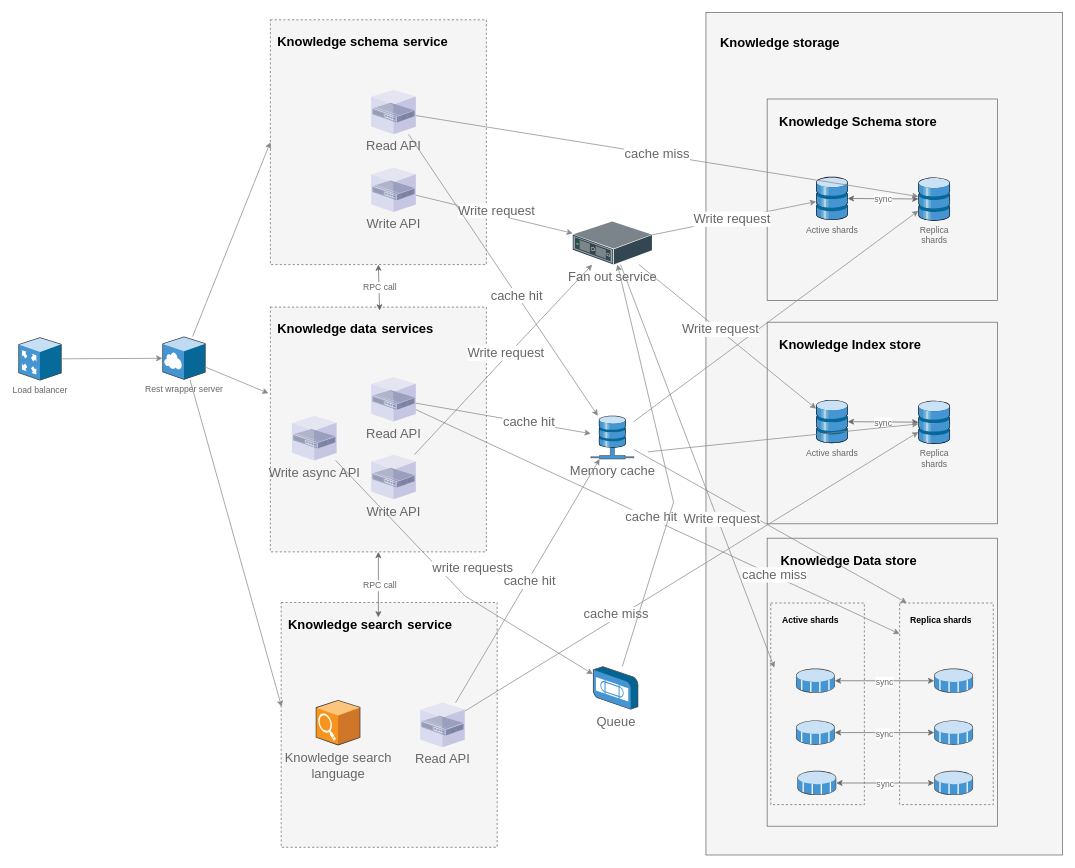
Earlier version of the draw.io diagram page "Repository service" (3 of 6) of KnowledgeArchitecture.drawio (supriyopaul/diagrams). Source tidied: cells renumbered, new cells numbered last; positions are measured from the earlier drawing's top-left corner, leaving out a move shared by most shapes. Both pictures are drawn from the tidied source at 72%, with x=0, y=0 at pixel (18, 12).
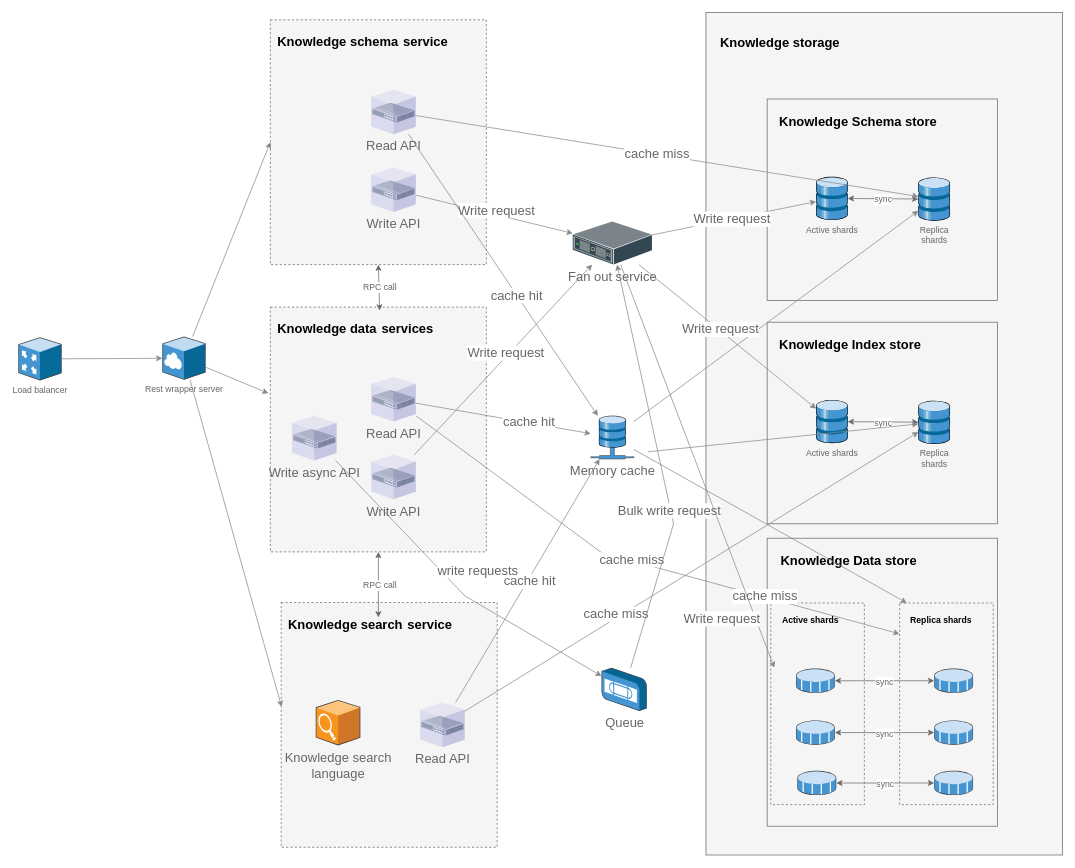
After the change.

The change refers to these unchanged cells:
```xml
<mxCell id="20" style="rounded=0;whiteSpace=wrap;html=1;fillColor=#f5f5f5;strokeColor=#666666;fontStyle=0;dashed=1;fontColor=#333333;" parent="18" vertex="1">
  <mxGeometry x="184" y="90" width="130" height="280" as="geometry" />
</mxCell>
<mxCell id="41" value="&lt;font style=&quot;font-size: 18px;&quot;&gt;Fan out service&lt;/font&gt;" style="sketch=0;shadow=0;dashed=0;html=1;labelPosition=center;verticalLabelPosition=bottom;verticalAlign=top;align=center;outlineConnect=0;shape=mxgraph.veeam.3d.switch;fontSize=12;fontColor=#666666;fillColor=#666666;" parent="1" vertex="1">
  <mxGeometry x="770" y="290" width="110" height="60" as="geometry" />
</mxCell>
<mxCell id="58" value="Read API" style="sketch=0;shadow=0;dashed=0;html=1;labelPosition=center;verticalLabelPosition=bottom;verticalAlign=top;align=center;outlineConnect=0;shape=mxgraph.veeam.3d.vnic;fontSize=18;fontColor=#666666;fillColor=#666666;" parent="55" vertex="1">
  <mxGeometry x="140" y="97" width="62" height="62" as="geometry" />
</mxCell>
<mxCell id="97" style="endArrow=classic;html=1;rounded=0;fontSize=12;fontColor=#000000;strokeColor=#878787;fontStyle=0;entryX=0.038;entryY=0.321;entryDx=0;entryDy=0;entryPerimeter=0;" parent="1" edge="1" source="41" target="21">
  <mxGeometry relative="1" as="geometry" />
</mxCell>
```

The edit, as a diff of the source:
```diff
@@
     <mxCell id="71" style="endArrow=classic;html=1;rounded=0;fontSize=12;fontColor=#000000;strokeColor=#878787;fontStyle=0;entryX=-0.001;entryY=0.153;entryDx=0;entryDy=0;entryPerimeter=0;" parent="1" edge="1" source="58" target="20">
-      <mxGeometry relative="1" as="geometry" />
+      <mxGeometry relative="1" as="geometry">
+        <Array as="points">
+          <mxPoint x="810" y="750" />
+        </Array>
+      </mxGeometry>
     </mxCell>
-    <mxCell id="72" value="cache hit" style="edgeLabel;html=1;align=center;verticalAlign=middle;fontSize=18;fontColor=#666666;" parent="71" vertex="1">
+    <mxCell id="72" value="cache miss" style="edgeLabel;html=1;align=center;verticalAlign=middle;fontSize=18;fontColor=#666666;" parent="71" vertex="1">
       <mxGeometry x="-0.03" y="2" relative="1" as="geometry" />
     </mxCell>
@@
     <mxCell id="93" value="Queue" style="sketch=0;shadow=0;dashed=0;html=1;labelPosition=center;verticalLabelPosition=bottom;verticalAlign=top;align=center;outlineConnect=0;shape=mxgraph.veeam.3d.tape;fontSize=18;fontColor=#666666;fillColor=#666666;" parent="1" vertex="1">
-      <mxGeometry x="798" y="908" width="63" height="60" as="geometry" />
+      <mxGeometry x="810" y="910" width="63" height="60" as="geometry" />
     </mxCell>
@@
     <mxCell id="96" style="endArrow=classic;html=1;rounded=0;fontSize=12;fontColor=#000000;strokeColor=#878787;fontStyle=0;" parent="1" edge="1" source="93" target="41">
       <mxGeometry relative="1" as="geometry">
         <Array as="points">
-          <mxPoint x="910" y="680" />
+          <mxPoint x="910" y="710" />
         </Array>
       </mxGeometry>
     </mxCell>
+    <mxCell id="99" value="Bulk write request" style="edgeLabel;html=1;align=center;verticalAlign=middle;fontSize=18;fontColor=#666666;" parent="96" vertex="1">
+      <mxGeometry x="-0.21" y="2" relative="1" as="geometry" />
+    </mxCell>
@@
     <mxCell id="98" value="Write request" style="edgeLabel;html=1;align=center;verticalAlign=middle;fontSize=18;fontColor=#666666;" parent="97" vertex="1">
-      <mxGeometry x="0.27" y="5" relative="1" as="geometry" />
+      <mxGeometry x="0.27" y="5" relative="1" as="geometry">
+        <mxPoint y="138" as="offset" />
+      </mxGeometry>
     </mxCell>
```
